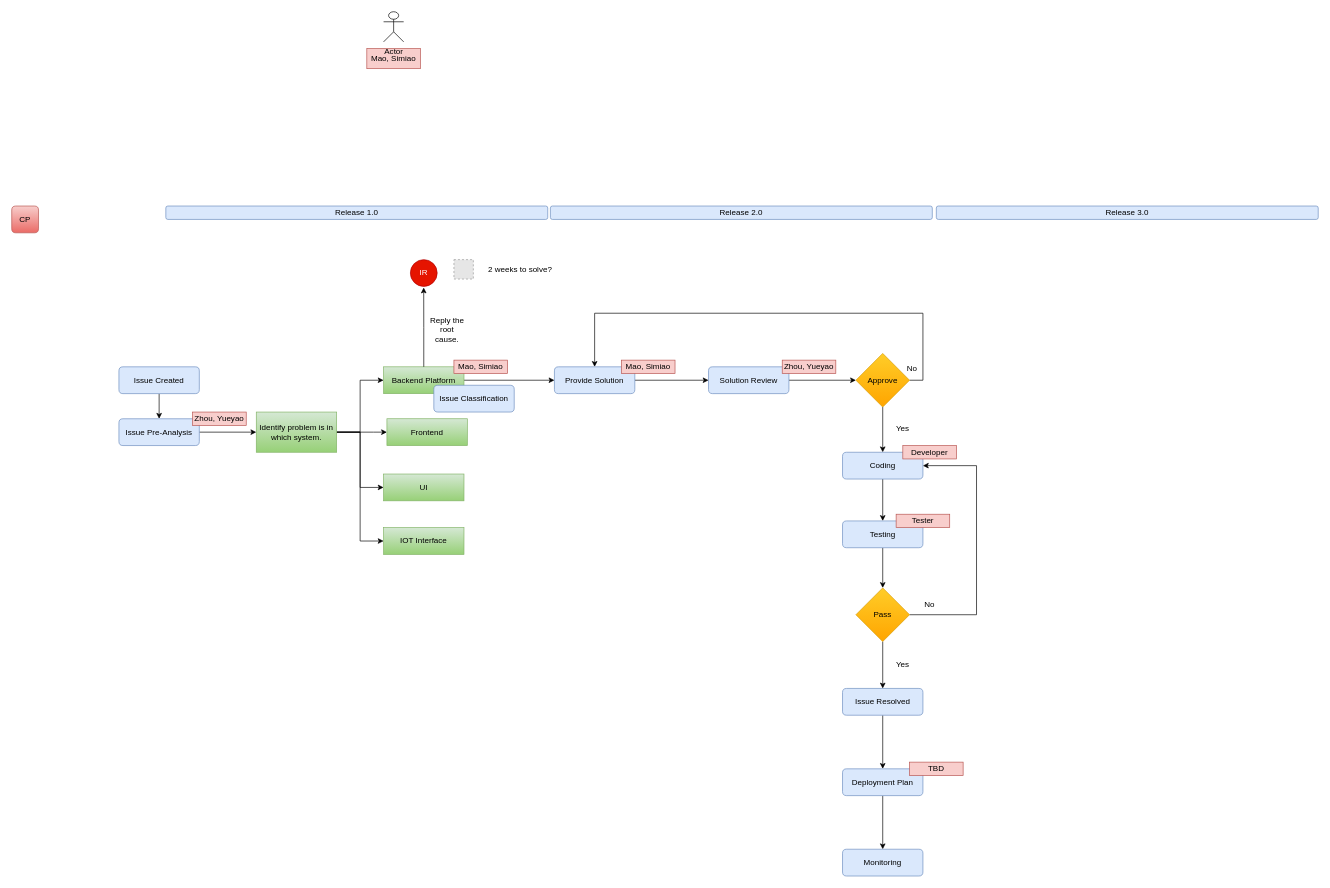
Above: 1.drawio in Tronelectronics/drawio (draw.io), before the change. Source tidied: cells renumbered, new cells numbered last; positions are measured from the earlier drawing's top-left corner, leaving out a move shared by most shapes. Both pictures are drawn from the tidied source at 67%, with x=0, y=0 at pixel (11, 11). Pictures stored in the file or linked from it are replaced by grey dashed boxes.
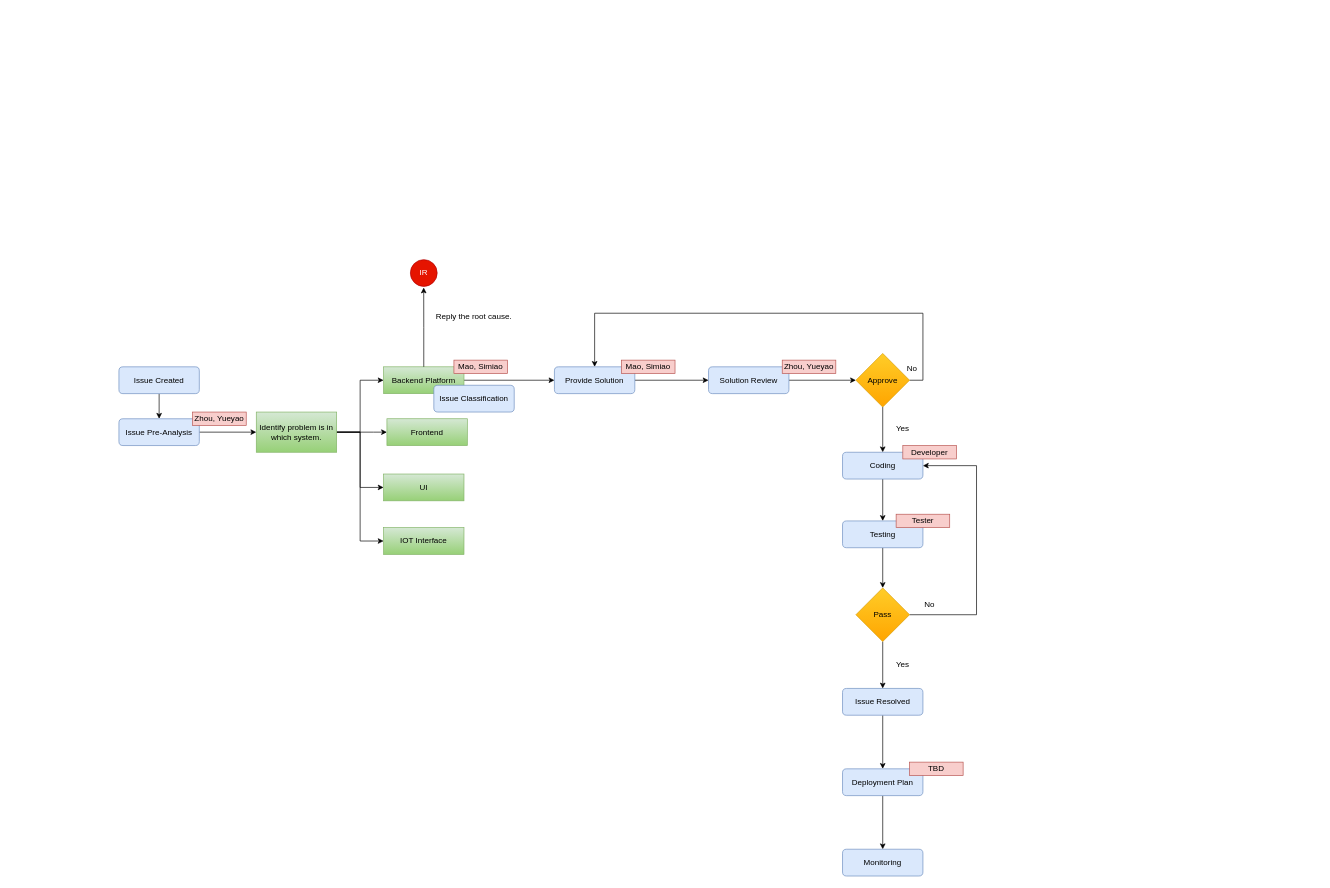
The same page after the edit.

The edit, as a diff of the source:
```diff
@@
-    <mxCell id="2" value="Mao, Simiao" style="text;html=1;align=center;verticalAlign=middle;whiteSpace=wrap;rounded=0;fillColor=#f8cecc;strokeColor=#b85450;" parent="1" vertex="1">
-      <mxGeometry x="530" y="55" width="80" height="30" as="geometry" />
-    </mxCell>
-    <mxCell id="3" value="CP" style="rounded=1;whiteSpace=wrap;html=1;fillColor=#f8cecc;gradientColor=#ea6b66;strokeColor=#b85450;" parent="1" vertex="1">
-      <mxGeometry y="290" width="40" height="40" as="geometry" />
-    </mxCell>
-    <mxCell id="4" value="Actor" style="shape=umlActor;verticalLabelPosition=bottom;verticalAlign=top;html=1;" parent="1" vertex="1">
-      <mxGeometry x="555" width="30" height="45" as="geometry" />
-    </mxCell>
@@
     <mxCell id="18" value="Reply the root cause." style="text;html=1;align=center;verticalAlign=middle;whiteSpace=wrap;rounded=0;" parent="1" vertex="1">
-      <mxGeometry x="620" y="460" width="60" height="30" as="geometry" />
+      <mxGeometry x="625" y="440" width="130" height="30" as="geometry" />
     </mxCell>
@@
-    <mxCell id="49" value="Release 1.0" style="rounded=1;whiteSpace=wrap;html=1;fillColor=#dae8fc;strokeColor=#6c8ebf;" parent="1" vertex="1">
-      <mxGeometry x="230" y="290" width="570" height="20" as="geometry" />
-    </mxCell>
-    <mxCell id="50" value="Release 2.0" style="rounded=1;whiteSpace=wrap;html=1;fillColor=#dae8fc;strokeColor=#6c8ebf;" parent="1" vertex="1">
-      <mxGeometry x="804" y="290" width="570" height="20" as="geometry" />
-    </mxCell>
-    <mxCell id="51" value="Release 3.0" style="rounded=1;whiteSpace=wrap;html=1;fillColor=#dae8fc;strokeColor=#6c8ebf;" parent="1" vertex="1">
-      <mxGeometry x="1380" y="290" width="570" height="20" as="geometry" />
-    </mxCell>
@@
-    <mxCell id="54" style="fillColor=#E6E6E6;strokeColor=#999999;dashed=1;html=1;verticalAlign=top;verticalLabelPosition=bottom;labelBackgroundColor=#ffffff;" parent="1" vertex="1">
-      <mxGeometry x="660" y="370" width="29" height="29" as="geometry" />
-    </mxCell>
-    <mxCell id="55" value="2 weeks to solve?" style="text;html=1;align=center;verticalAlign=middle;whiteSpace=wrap;rounded=0;" parent="1" vertex="1">
-      <mxGeometry x="694" y="370" width="130" height="30" as="geometry" />
-    </mxCell>
```
